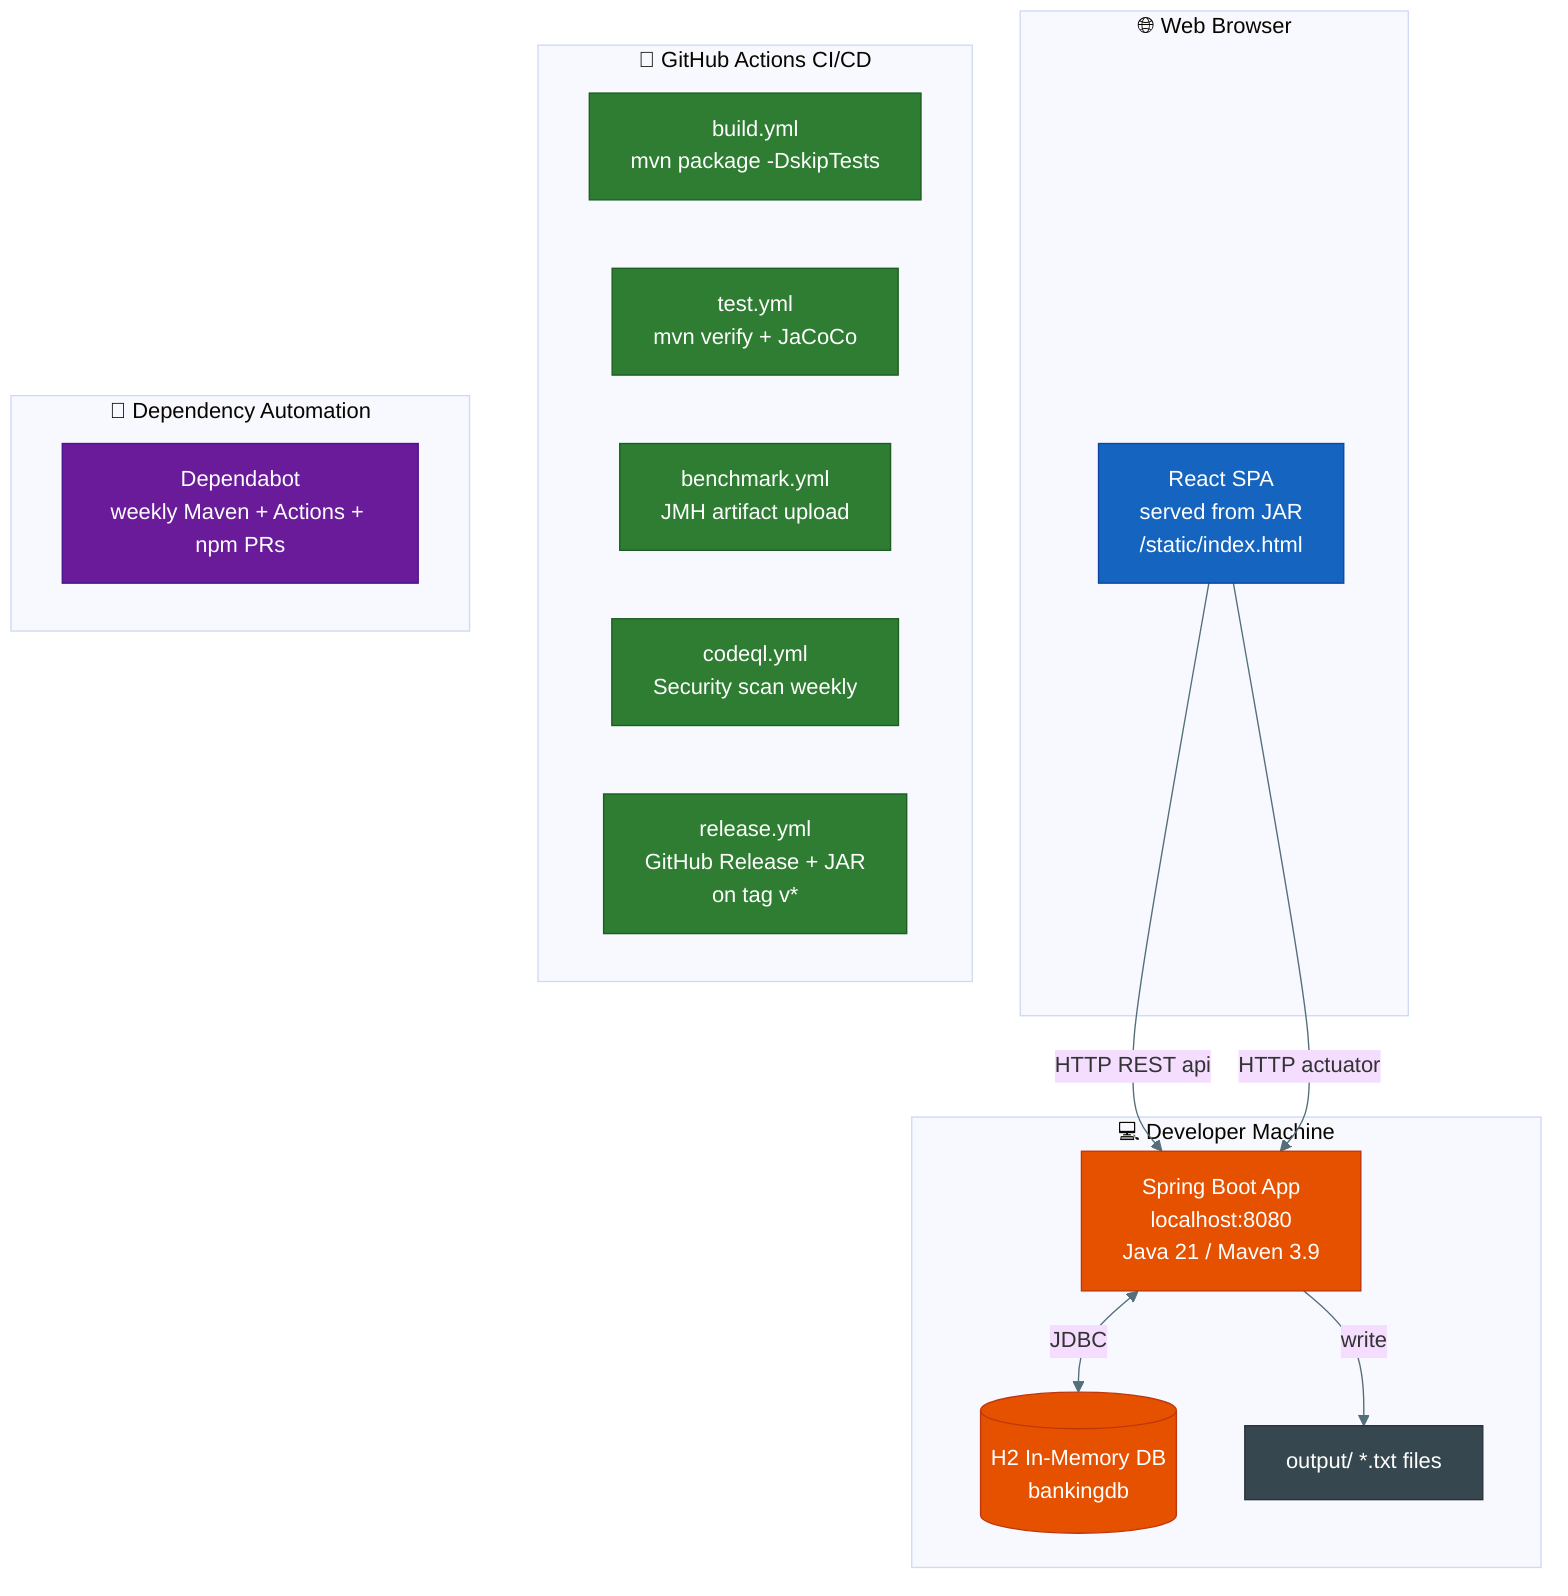
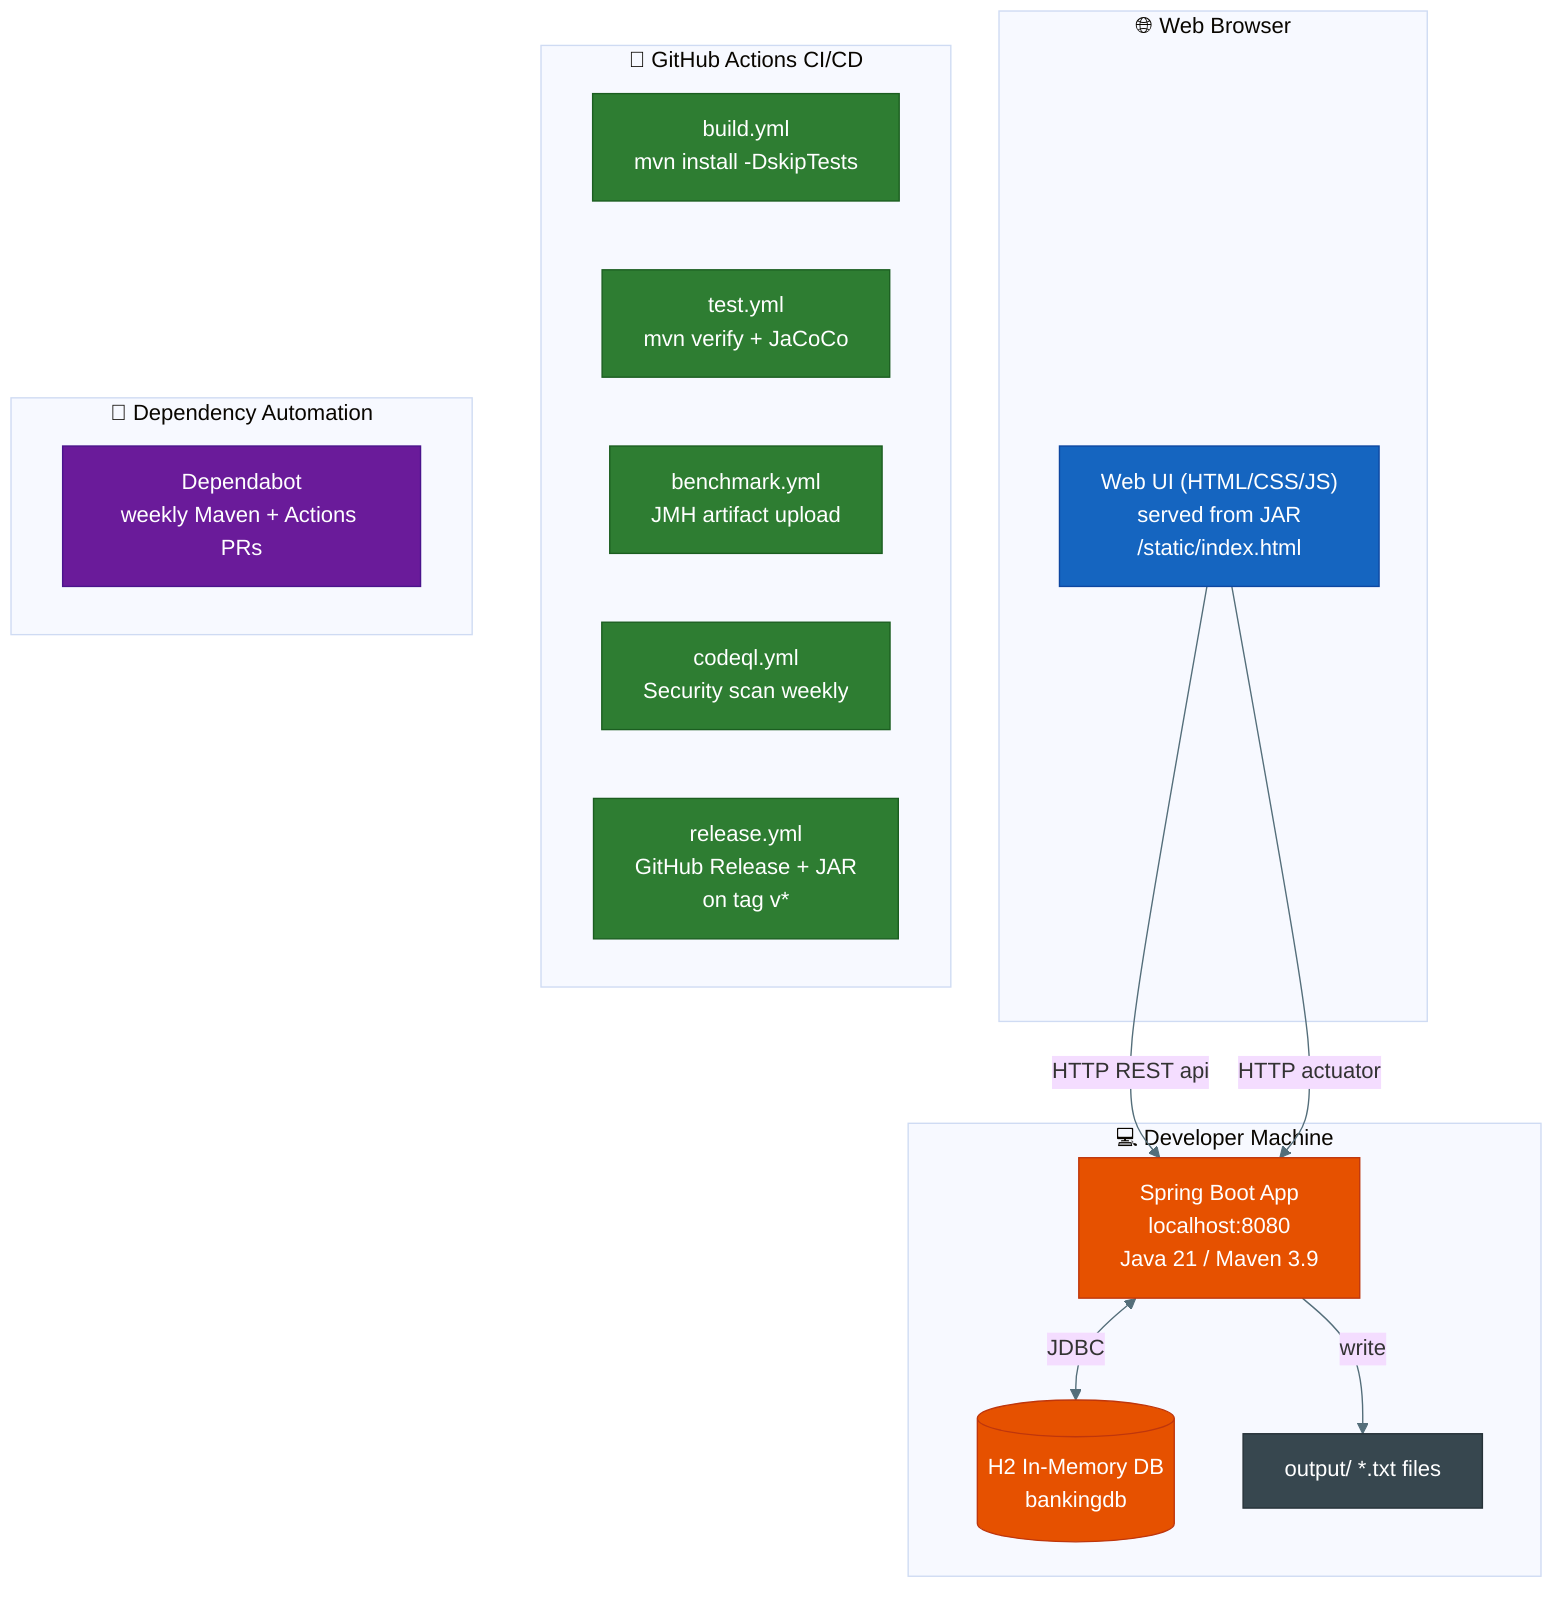
%%{init: {'theme': 'base', 'themeVariables': {'lineColor': '#546e7a'}}}%%
graph TB
    classDef appStyle     fill:#e65100,stroke:#bf360c,color:#fff
    classDef browserStyle fill:#1565c0,stroke:#0d47a1,color:#fff
    classDef ciStyle      fill:#2e7d32,stroke:#1b5e20,color:#fff
    classDef depsStyle    fill:#6a1b9a,stroke:#4a148c,color:#fff
    classDef storageStyle fill:#37474f,stroke:#263238,color:#fff

    subgraph Dev["💻 Developer Machine"]
        APP["Spring Boot App\nlocalhost:8080\nJava 21 / Maven 3.9"]
        H2[("H2 In-Memory DB\nbankingdb")]
        OUT["output/ *.txt files"]
        APP <-->|JDBC| H2
        APP -->|write| OUT
    end

    subgraph Browser["🌐 Web Browser"]
-         SPA["React SPA\nserved from JAR\n/static/index.html"]
+         SPA["Web UI (HTML/CSS/JS)\nserved from JAR\n/static/index.html"]
    end

    SPA -->|HTTP REST api| APP
    SPA -->|HTTP actuator| APP

    subgraph CI["🔁 GitHub Actions CI/CD"]
-         BUILD["build.yml\nmvn package -DskipTests"]
+         BUILD["build.yml\nmvn install -DskipTests"]
        TEST["test.yml\nmvn verify + JaCoCo"]
        BENCH["benchmark.yml\nJMH artifact upload"]
        CQL["codeql.yml\nSecurity scan weekly"]
        REL["release.yml\nGitHub Release + JAR\non tag v*"]
    end

    subgraph Deps["🤖 Dependency Automation"]
-         DBOT["Dependabot\nweekly Maven + Actions + npm PRs"]
+         DBOT["Dependabot\nweekly Maven + Actions PRs"]
    end

    class APP,H2 appStyle
    class OUT storageStyle
    class SPA browserStyle
    class BUILD,TEST,BENCH,CQL,REL ciStyle
    class DBOT depsStyle
